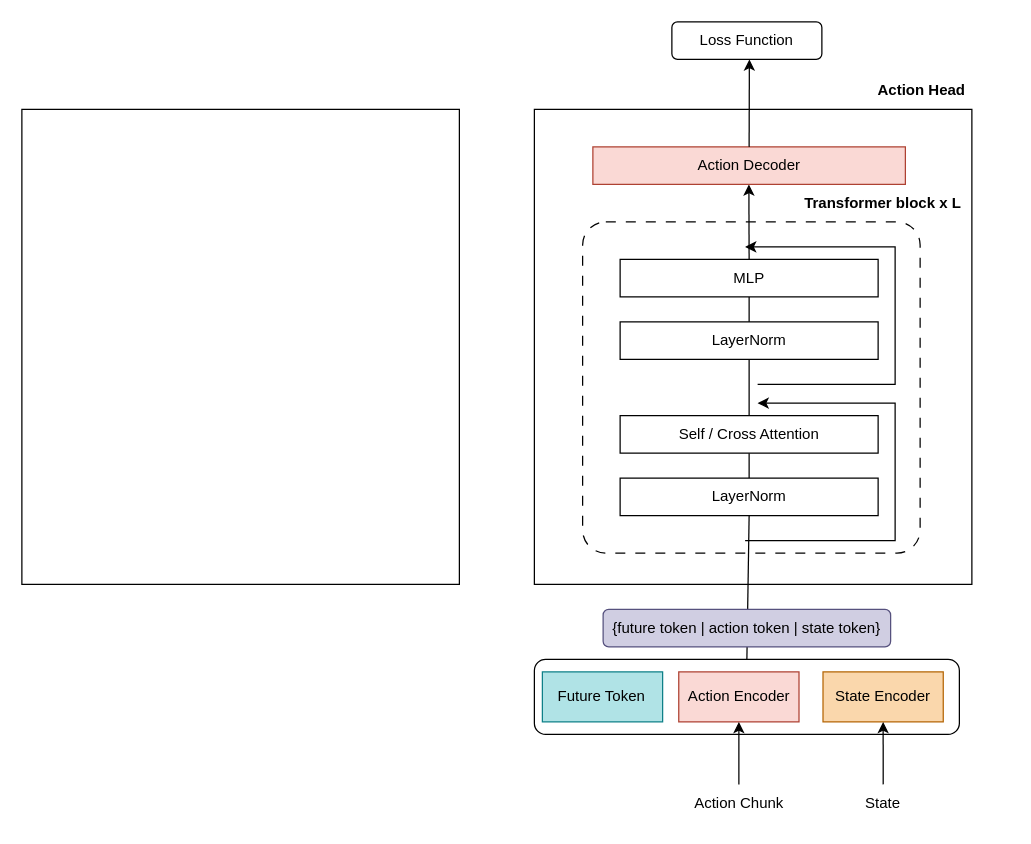
This is QwenPI.drawio from Holworth/DrawIO, a draw.io file, before an edit. Source tidied: cells renumbered, new cells numbered last; positions are measured from the earlier drawing's top-left corner, leaving out a move shared by most shapes. Both pictures are drawn from the tidied source at 125%, with x=0, y=0 at pixel (21, 21).
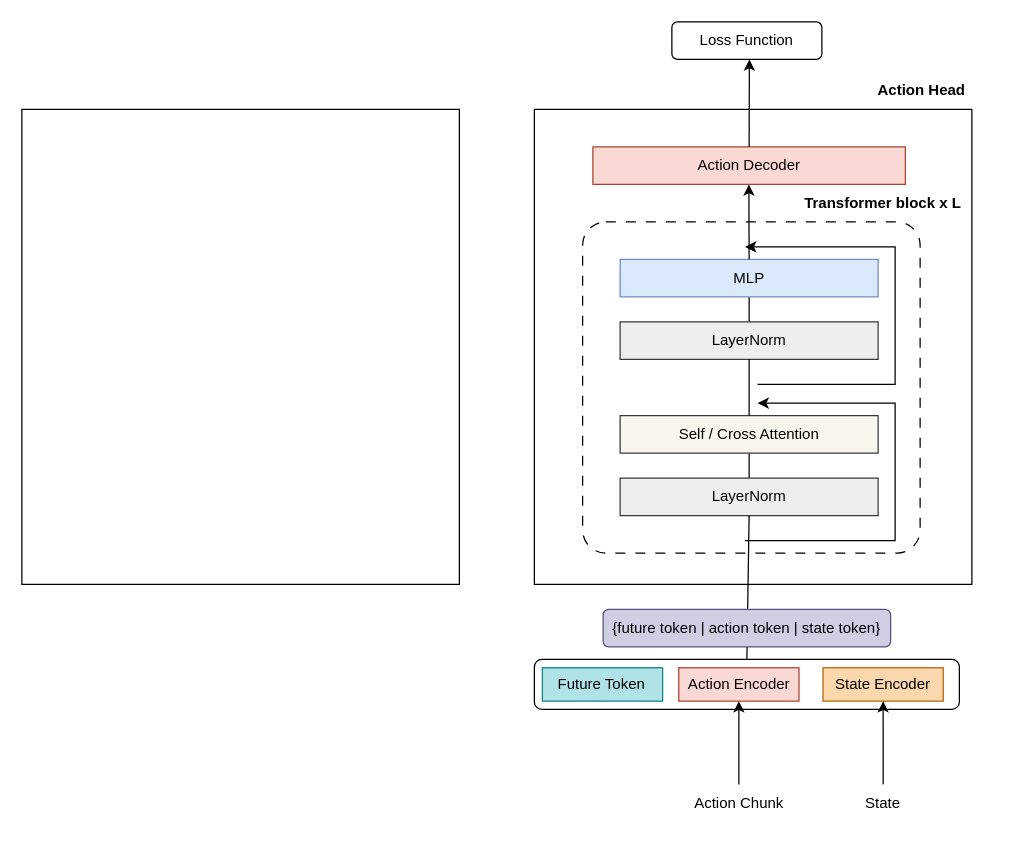
The same page after the edit.

What changed in the source:
```diff
@@
     <mxCell id="4" style="group;" parent="1" vertex="1">
-      <mxGeometry x="410" y="510" width="340" height="60" as="geometry" />
+      <mxGeometry x="410" y="510" width="340" height="40" as="geometry" />
     </mxCell>
     <mxCell id="5" style="rounded=1;whiteSpace=wrap;html=1;" parent="4" vertex="1">
-      <mxGeometry width="340" height="60" as="geometry" />
+      <mxGeometry width="340" height="40" as="geometry" />
     </mxCell>
     <mxCell id="6" value="Action Encoder" style="rounded=0;whiteSpace=wrap;html=1;fillColor=#fad9d5;strokeColor=#ae4132;" parent="4" vertex="1">
-      <mxGeometry x="115.5" y="10" width="96.2" height="40" as="geometry" />
+      <mxGeometry x="115.5" y="6.7" width="96.2" height="26.7" as="geometry" />
     </mxCell>
     <mxCell id="7" value="State Encoder" style="rounded=0;whiteSpace=wrap;html=1;fillColor=#fad7ac;strokeColor=#b46504;" parent="4" vertex="1">
-      <mxGeometry x="230.9" y="10" width="96.2" height="40" as="geometry" />
+      <mxGeometry x="230.9" y="6.7" width="96.2" height="26.7" as="geometry" />
     </mxCell>
     <mxCell id="8" value="Future Token" style="rounded=0;whiteSpace=wrap;html=1;fillColor=#b0e3e6;strokeColor=#0e8088;" parent="4" vertex="1">
-      <mxGeometry x="6.4" y="10" width="96.2" height="40" as="geometry" />
+      <mxGeometry x="6.4" y="6.7" width="96.2" height="26.7" as="geometry" />
     </mxCell>
@@
-    <mxCell id="14" value="LayerNorm" style="rounded=0;whiteSpace=wrap;html=1;" parent="1" vertex="1">
+    <mxCell id="14" value="LayerNorm" style="rounded=0;whiteSpace=wrap;html=1;fillColor=#eeeeee;strokeColor=#36393d;" parent="1" vertex="1">
       <mxGeometry x="478.6" y="365" width="206.4" height="30" as="geometry" />
     </mxCell>
-    <mxCell id="15" value="Self / Cross Attention" style="rounded=0;whiteSpace=wrap;html=1;" parent="1" vertex="1">
+    <mxCell id="15" value="Self / Cross Attention" style="rounded=0;whiteSpace=wrap;html=1;fillColor=#f9f7ed;strokeColor=#36393d;" parent="1" vertex="1">
       <mxGeometry x="478.6" y="315" width="206.4" height="30" as="geometry" />
     </mxCell>
@@
-    <mxCell id="17" value="LayerNorm" style="rounded=0;whiteSpace=wrap;html=1;" parent="1" vertex="1">
+    <mxCell id="17" value="LayerNorm" style="rounded=0;whiteSpace=wrap;html=1;fillColor=#eeeeee;strokeColor=#36393d;" parent="1" vertex="1">
       <mxGeometry x="478.6" y="240" width="206.4" height="30" as="geometry" />
     </mxCell>
-    <mxCell id="18" value="MLP" style="rounded=0;whiteSpace=wrap;html=1;" parent="1" vertex="1">
+    <mxCell id="18" value="MLP" style="rounded=0;whiteSpace=wrap;html=1;fillColor=#dae8fc;strokeColor=#6c8ebf;" parent="1" vertex="1">
       <mxGeometry x="478.6" y="190" width="206.4" height="30" as="geometry" />
     </mxCell>
```
